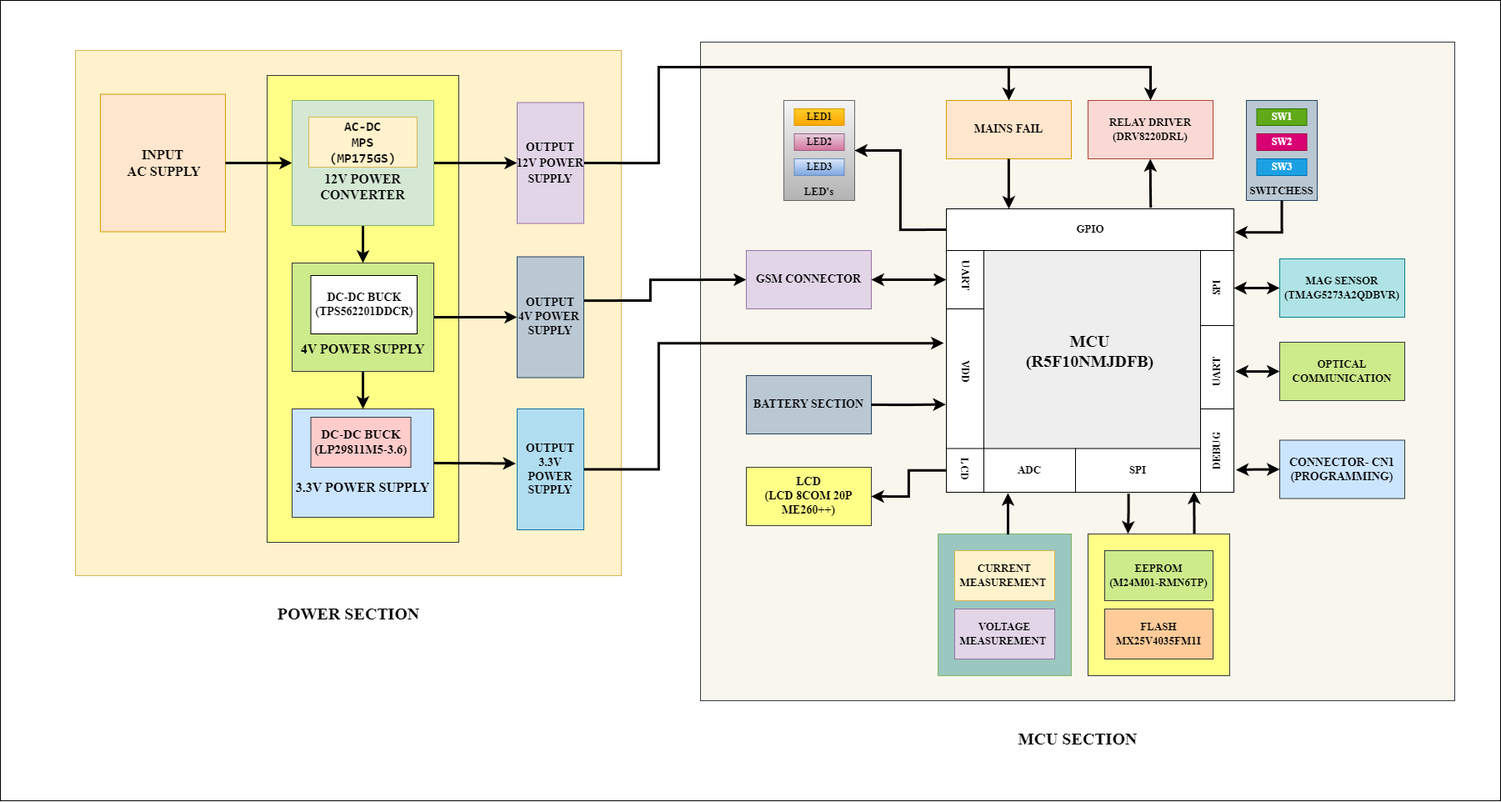
Above: 1P_SEM.drawio.png in Mohammedsaklain/TINA-TI (draw.io), before the change. Source tidied: cells renumbered, new cells last; positions are measured from the earlier drawing's top-left corner, leaving out a move shared by most shapes.
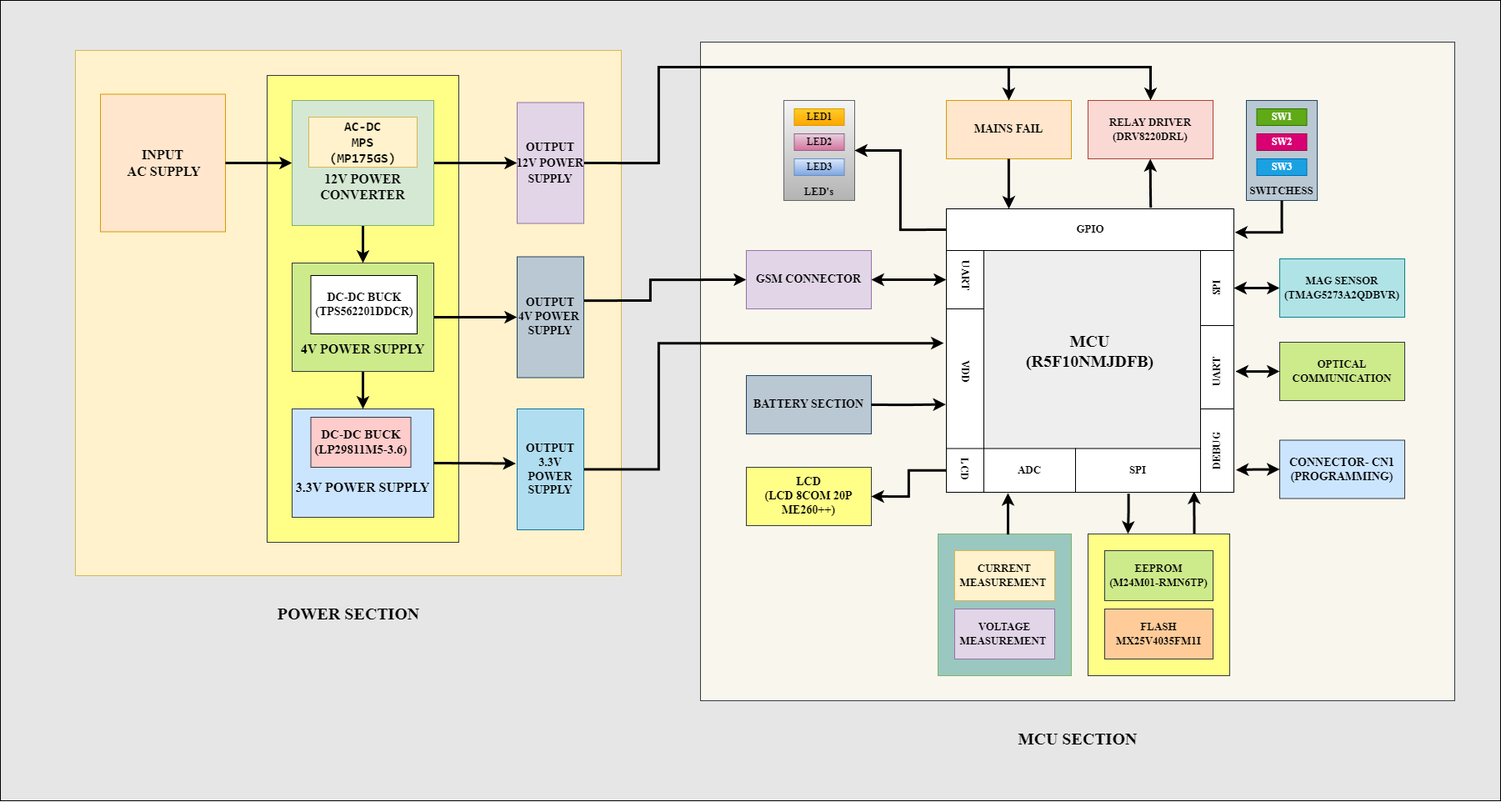
The same file after the commit.

Change to the diagram source:
```diff
@@ -2,7 +2,7 @@
   <root>
     <mxCell id="0" />
     <mxCell id="1" parent="0" />
-    <mxCell id="2" style="rounded=0;whiteSpace=wrap;html=1;hachureGap=4;fontFamily=Architects Daughter;fontSource=https%3A%2F%2Ffonts.googleapis.com%2Fcss%3Ffamily%3DArchitects%2BDaughter;" parent="1" vertex="1">
+    <mxCell id="2" style="rounded=0;whiteSpace=wrap;html=1;hachureGap=4;fontFamily=Architects Daughter;fontSource=https%3A%2F%2Ffonts.googleapis.com%2Fcss%3Ffamily%3DArchitects%2BDaughter;fillColor=#E6E6E6;" parent="1" vertex="1">
       <mxGeometry width="1800" height="960" as="geometry" />
     </mxCell>
     <mxCell id="3" style="rounded=0;whiteSpace=wrap;html=1;hachureGap=4;fontFamily=Architects Daughter;fontSource=https%3A%2F%2Ffonts.googleapis.com%2Fcss%3Ffamily%3DArchitects%2BDaughter;fillColor=#fff2cc;strokeColor=#d6b656;" parent="1" vertex="1">
```
